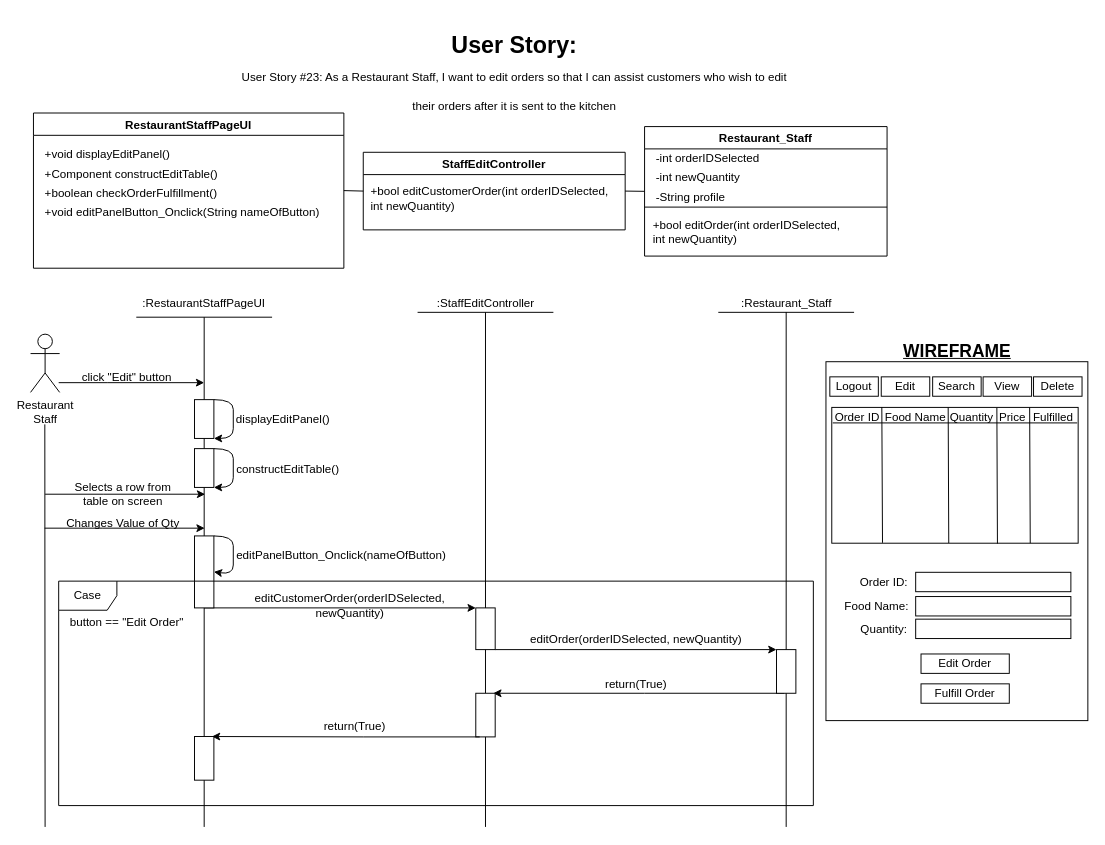
extred5700/JAVAGUI-Restaurant-Table-Order-System keeps this draw.io diagram as BCE_UML_and_Diagrams/RestaurantStaff_Edit/UserStory#23_RestaurantStaff_Edit.drawio. Above is the earlier version. Source tidied: cells renumbered, new cells numbered last; positions are measured from the earlier drawing's top-left corner, leaving out a move shared by most shapes. Both pictures are drawn from the tidied source at 97%, with x=0, y=0 at pixel (30, 26).
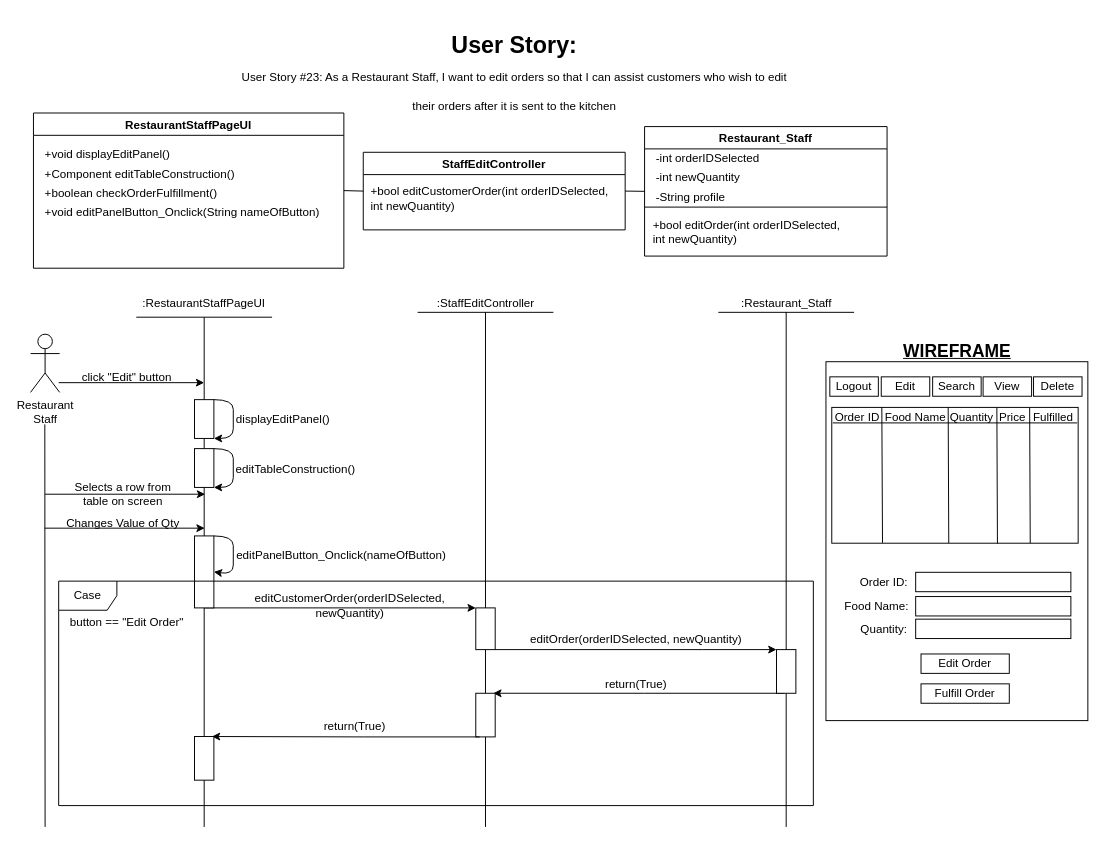
The same page after the edit.

Unchanged cells that the change refers to:
```xml
<mxCell id="3" value="RestaurantStaffPageUI" style="swimlane;" parent="1" vertex="1">
  <mxGeometry x="3" y="89" width="320" height="160" as="geometry" />
</mxCell>
```

Change to the diagram source:
```diff
@@
-    <mxCell id="5" value="+Component constructEditTable()" style="text;html=1;align=left;verticalAlign=middle;strokeColor=none;fillColor=none;" parent="3" vertex="1">
-      <mxGeometry x="10" y="53" width="190" height="20" as="geometry" />
+    <mxCell id="5" value="+Component editTableConstruction()" style="text;html=1;align=left;verticalAlign=middle;strokeColor=none;fillColor=none;" parent="3" vertex="1">
+      <mxGeometry x="10" y="53" width="210" height="20" as="geometry" />
     </mxCell>
@@
-    <mxCell id="77" value="&lt;span style=&quot;font-size: 12px&quot;&gt;constructEditTable()&lt;/span&gt;" style="text;html=1;align=center;verticalAlign=middle;strokeColor=none;fillColor=none;fontSize=16;" parent="1" vertex="1">
-      <mxGeometry x="205" y="440" width="120" height="30" as="geometry" />
+    <mxCell id="77" value="&lt;span style=&quot;font-size: 12px&quot;&gt;editTableConstruction()&lt;/span&gt;" style="text;html=1;align=center;verticalAlign=middle;strokeColor=none;fillColor=none;fontSize=16;" parent="1" vertex="1">
+      <mxGeometry x="203" y="440" width="140" height="30" as="geometry" />
     </mxCell>
```
